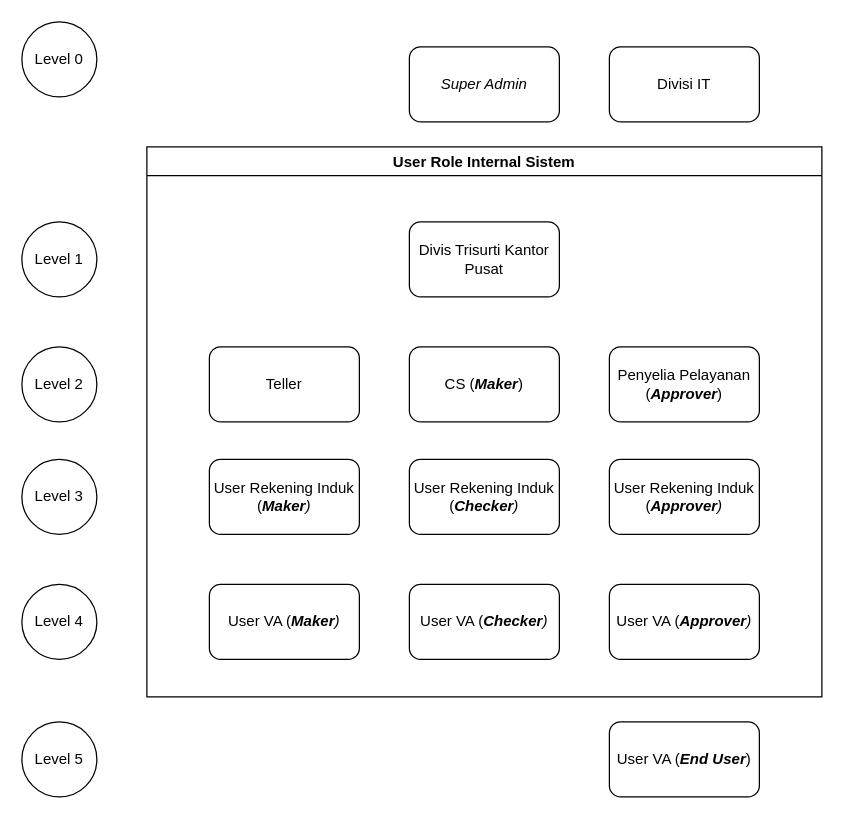
Before: page "Actor or User Role" (1 of 14) of actor-or-user-role.drawio in aribrilliantsyah/fsd_va_bpd_diy, a draw.io diagram. Source tidied: cells renumbered, new cells numbered last; positions are measured from the earlier drawing's top-left corner, leaving out a move shared by most shapes. Both pictures are drawn from the tidied source at 125%, with x=0, y=0 at pixel (21, 21).
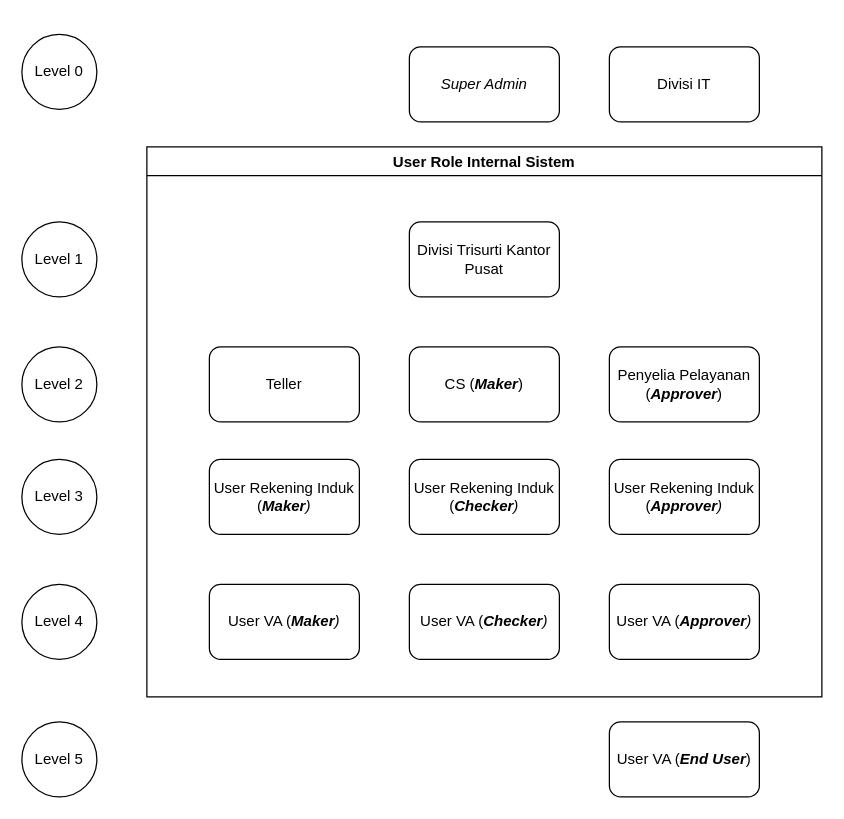
The same diagram, later.

The change refers to these unchanged cells:
```xml
<mxCell id="2" value="User Role Internal Sistem" style="swimlane;" parent="1" vertex="1">
  <mxGeometry x="100" y="100" width="540" height="440" as="geometry" />
</mxCell>
```

Diff of the diagram source:
```diff
@@
-    <mxCell id="10" value="Divis Trisurti Kantor Pusat" style="rounded=1;whiteSpace=wrap;html=1;" parent="2" vertex="1">
+    <mxCell id="10" value="Divisi Trisurti Kantor Pusat" style="rounded=1;whiteSpace=wrap;html=1;" parent="2" vertex="1">
       <mxGeometry x="210" y="60" width="120" height="60" as="geometry" />
     </mxCell>
@@
     <mxCell id="17" value="Level 0" style="ellipse;whiteSpace=wrap;html=1;" parent="1" vertex="1">
-      <mxGeometry width="60" height="60" as="geometry" />
+      <mxGeometry y="10" width="60" height="60" as="geometry" />
     </mxCell>
```
